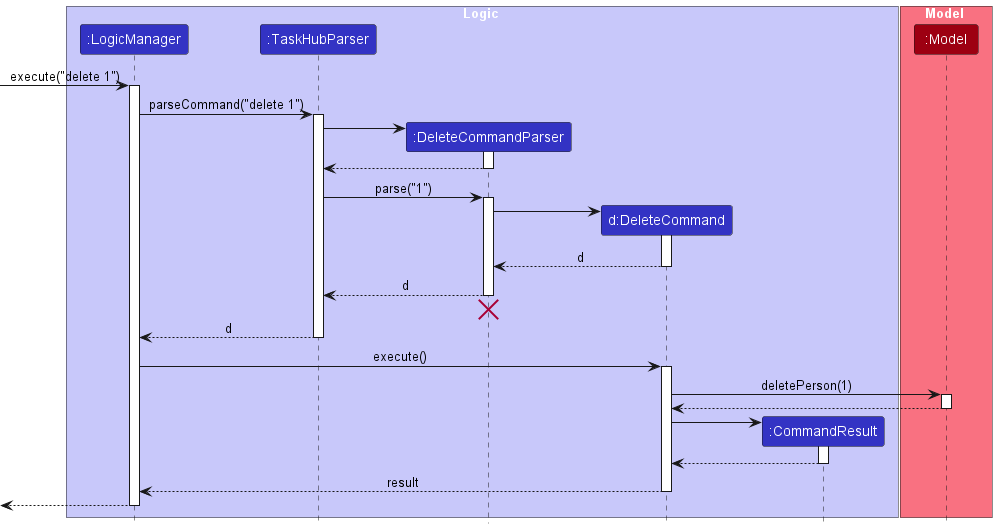
Before: docs/images/DeleteSequenceDiagram.png, a diagram exported from PlantUML (rayyan35p/tp).
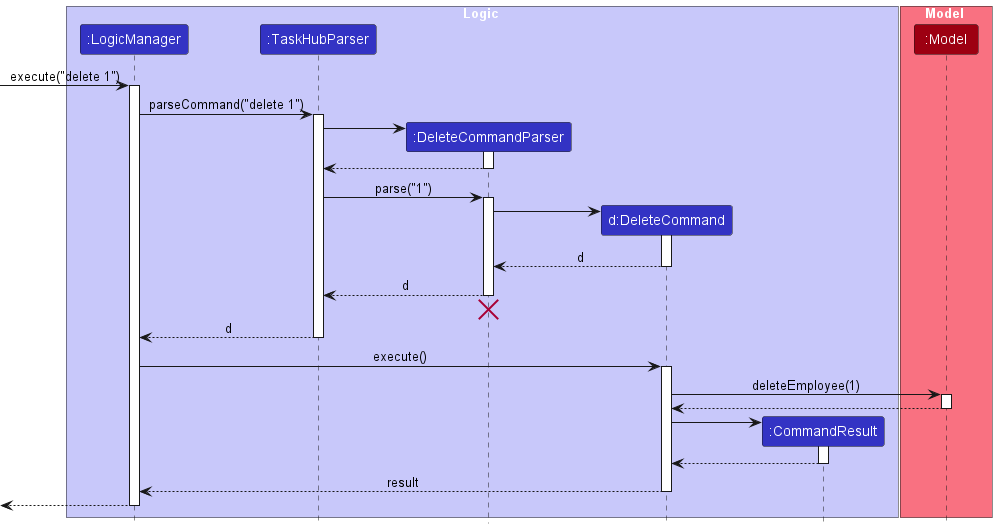
Above is the later version.

The edit, as a diff of the source:
```diff
@@ -48,7 +48,7 @@
 LogicManager -> DeleteCommand : execute()
 activate DeleteCommand
 
-DeleteCommand -> Model : deletePerson(1)
+DeleteCommand -> Model : deleteEmployee(1)
 activate Model
 
 Model --> DeleteCommand
```
